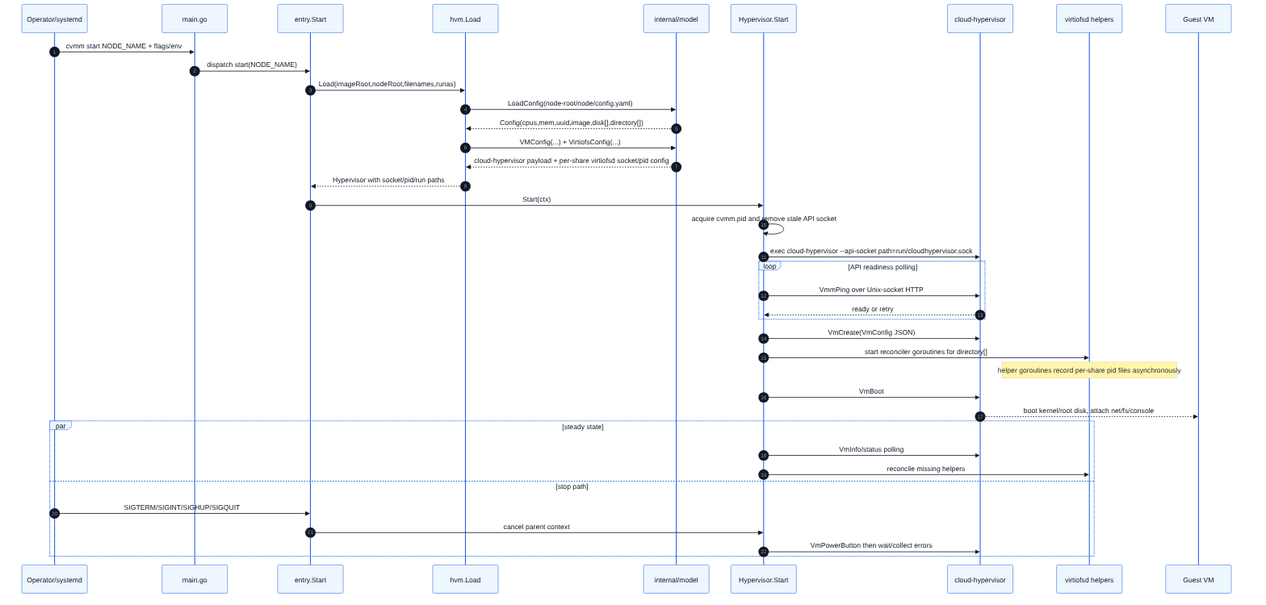
Earlier version of the Mermaid export docs/diagrams/request-decision-flow.png (spi-ca/cvmm). Its source is kept beside it as docs/diagrams/request-decision-flow.mmd.
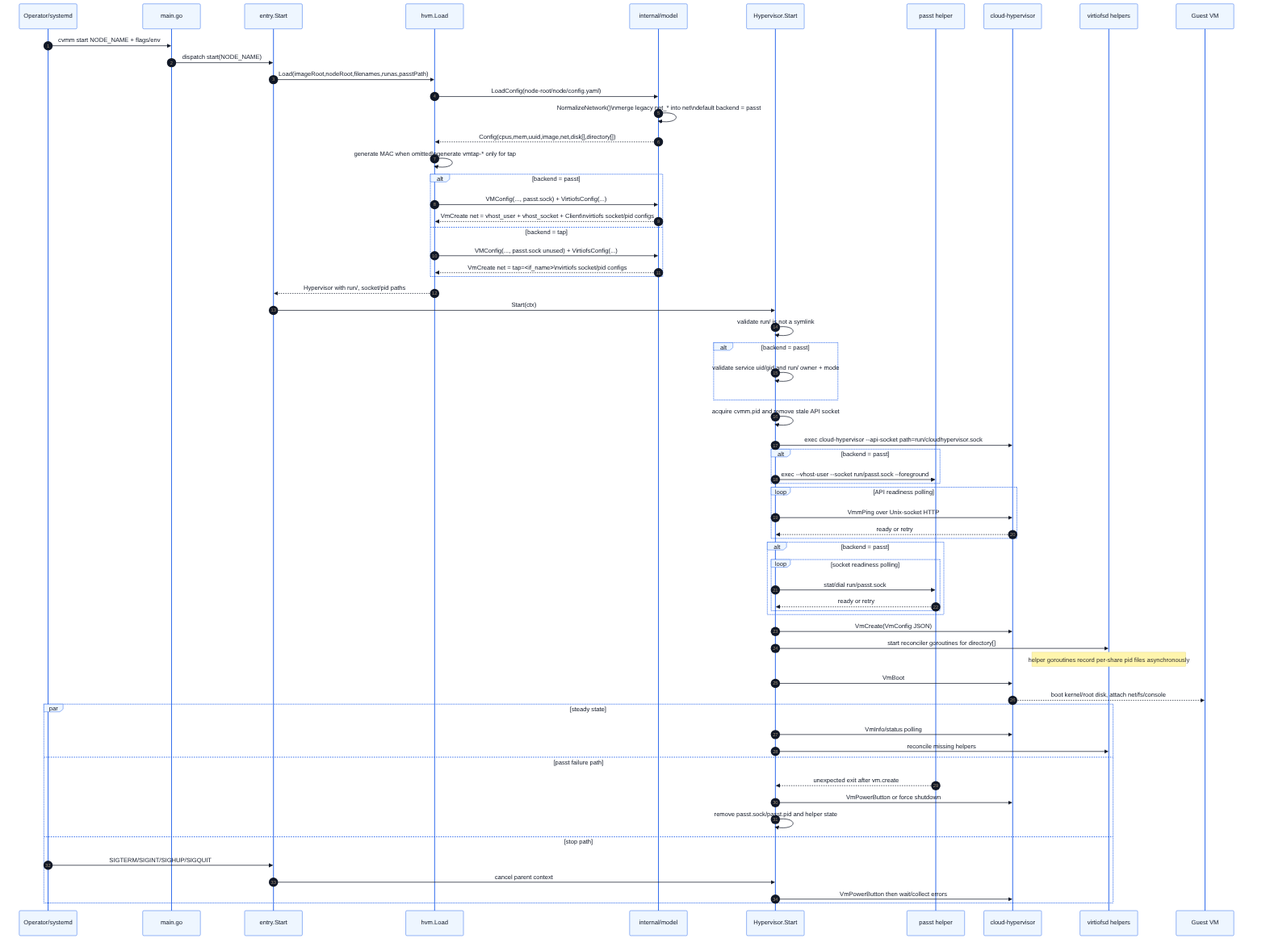
Later version of the same file.

Diff of the diagram source:
```diff
@@ -6,24 +6,45 @@
     participant Load as hvm.Load
     participant Model as internal/model
     participant HV as Hypervisor.Start
+    participant Passt as passt helper
     participant CH as cloud-hypervisor
     participant VFS as virtiofsd helpers
     participant Guest as Guest VM
 
     Caller->>Main: cvmm start NODE_NAME + flags/env
     Main->>Entry: dispatch start(NODE_NAME)
-    Entry->>Load: Load(imageRoot,nodeRoot,filenames,runas)
+    Entry->>Load: Load(imageRoot,nodeRoot,filenames,runas,passtPath)
     Load->>Model: LoadConfig(node-root/node/config.yaml)
-    Model-->>Load: Config(cpus,mem,uuid,image,disk[],directory[])
-    Load->>Model: VMConfig(...) + VirtiofsConfig(...)
-    Model-->>Load: cloud-hypervisor payload + per-share virtiofsd socket/pid config
-    Load-->>Entry: Hypervisor with socket/pid/run paths
+    Model->>Model: NormalizeNetwork()\nmerge legacy net_* into net\ndefault backend = passt
+    Model-->>Load: Config(cpus,mem,uuid,image,net,disk[],directory[])
+    Load->>Load: generate MAC when omitted\ngenerate vmtap-* only for tap
+    alt backend = passt
+        Load->>Model: VMConfig(..., passt.sock) + VirtiofsConfig(...)
+        Model-->>Load: VmCreate net = vhost_user + vhost_socket + Client\nvirtiofs socket/pid configs
+    else backend = tap
+        Load->>Model: VMConfig(..., passt.sock unused) + VirtiofsConfig(...)
+        Model-->>Load: VmCreate net = tap=<if_name>\nvirtiofs socket/pid configs
+    end
+    Load-->>Entry: Hypervisor with run/, socket/pid paths
     Entry->>HV: Start(ctx)
+    HV->>HV: validate run/ is not a symlink
+    alt backend = passt
+        HV->>HV: validate service uid/gid and run/ owner + mode
+    end
     HV->>HV: acquire cvmm.pid and remove stale API socket
     HV->>CH: exec cloud-hypervisor --api-socket path=run/cloudhypervisor.sock
+    alt backend = passt
+        HV->>Passt: exec --vhost-user --socket run/passt.sock --foreground
+    end
     loop API readiness polling
         HV->>CH: VmmPing over Unix-socket HTTP
         CH-->>HV: ready or retry
+    end
+    alt backend = passt
+        loop socket readiness polling
+            HV->>Passt: stat/dial run/passt.sock
+            Passt-->>HV: ready or retry
+        end
     end
     HV->>CH: VmCreate(VmConfig JSON)
     HV->>VFS: start reconciler goroutines for directory[]
@@ -33,6 +54,10 @@
     par steady state
         HV->>CH: VmInfo/status polling
         HV->>VFS: reconcile missing helpers
+    and passt failure path
+        Passt-->>HV: unexpected exit after vm.create
+        HV->>CH: VmPowerButton or force shutdown
+        HV->>HV: remove passt.sock/passt.pid and helper state
     and stop path
         Caller->>Entry: SIGTERM/SIGINT/SIGHUP/SIGQUIT
         Entry->>HV: cancel parent context
```
